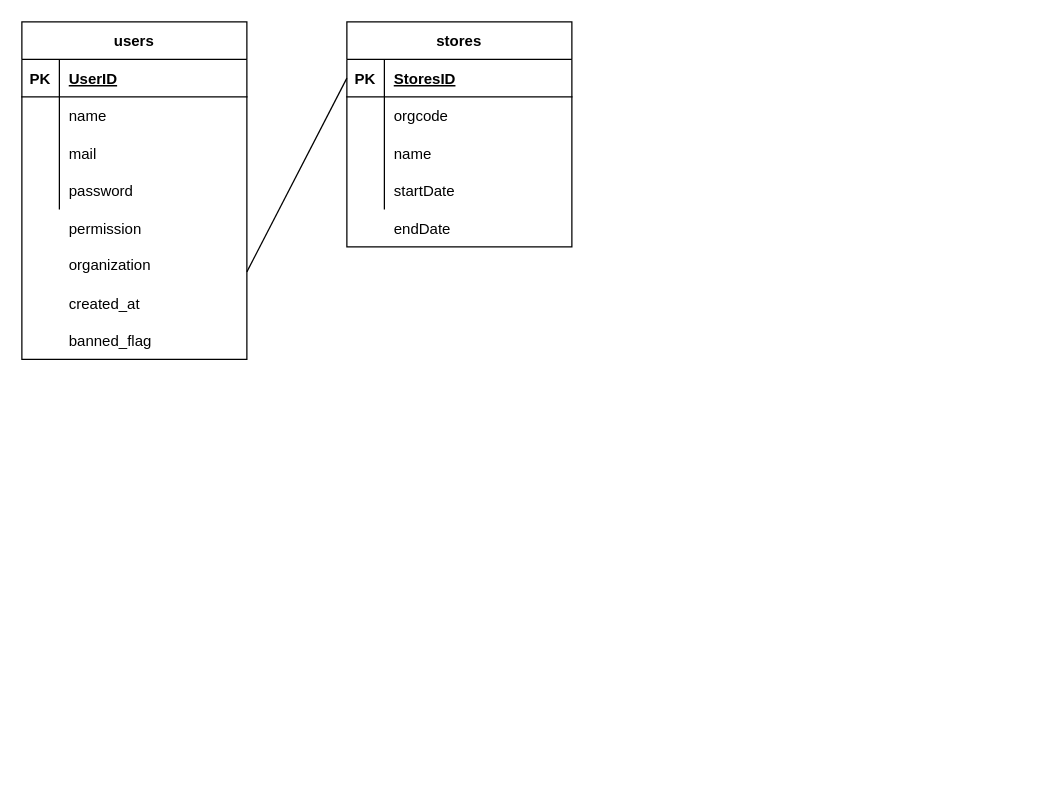
The draw.io diagram Fsys_dbplan.drawio in ToshiyukiShindo/-Graduation-work, before the edit. Source tidied: cells renumbered, new cells numbered last; positions are measured from the earlier drawing's top-left corner, leaving out a move shared by most shapes. Both pictures are drawn from the tidied source at 125%, with x=0, y=0 at pixel (21, 21).
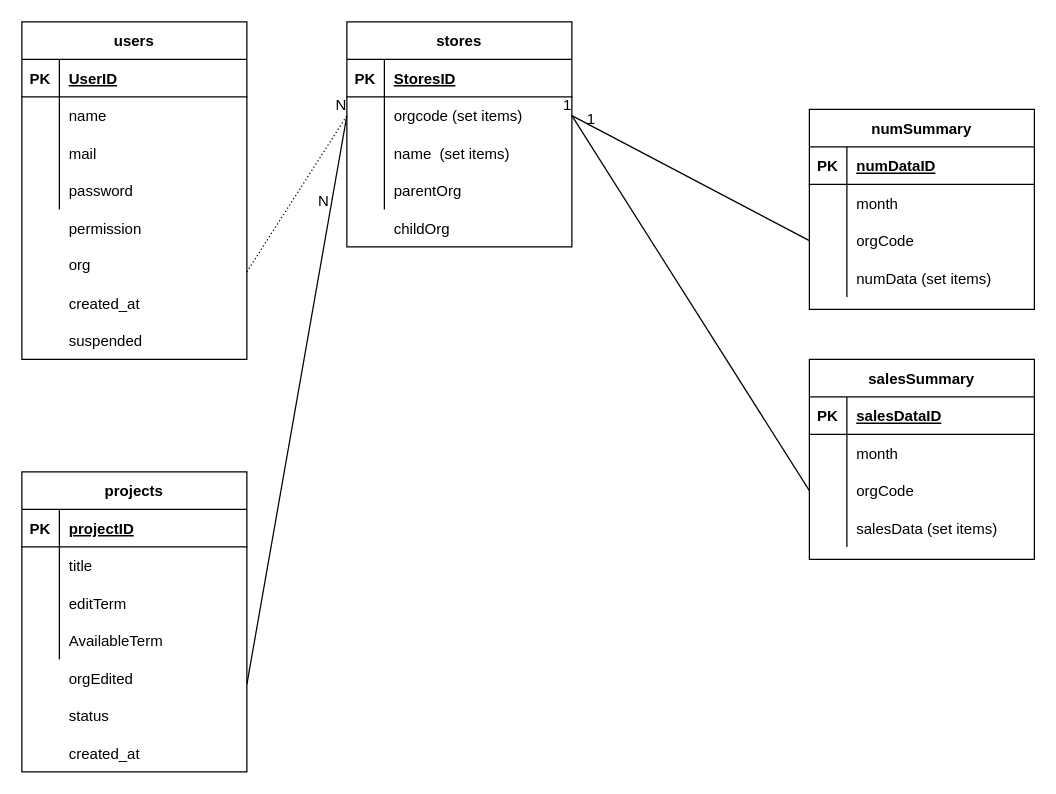
After the change.

The change refers to these unchanged cells:
```xml
<mxCell id="16" style="shape=tableRow;horizontal=0;startSize=0;swimlaneHead=0;swimlaneBody=0;fillColor=none;points=[[0,0.5],[1,0.5]];portConstraint=eastwest;top=0;left=0;right=0;bottom=1;" parent="15" vertex="1">
  <mxGeometry y="30" width="180" height="30" as="geometry" />
</mxCell>
<mxCell id="19" style="shape=tableRow;horizontal=0;startSize=0;swimlaneHead=0;swimlaneBody=0;fillColor=none;points=[[0,0.5],[1,0.5]];portConstraint=eastwest;top=0;left=0;right=0;bottom=0;" parent="15" vertex="1">
  <mxGeometry y="60" width="180" height="30" as="geometry" />
</mxCell>
<mxCell id="22" style="shape=tableRow;horizontal=0;startSize=0;swimlaneHead=0;swimlaneBody=0;fillColor=none;top=0;left=0;right=0;bottom=0;" parent="15" vertex="1">
  <mxGeometry y="90" width="180" height="30" as="geometry" />
</mxCell>
<mxCell id="25" style="shape=tableRow;horizontal=0;startSize=0;swimlaneHead=0;swimlaneBody=0;fillColor=none;top=0;left=0;right=0;bottom=0;" parent="15" vertex="1">
  <mxGeometry y="120" width="180" height="30" as="geometry" />
</mxCell>
```

What changed in the source:
```diff
@@
-    <mxCell id="21" value="orgcode" style="shape=partialRectangle;fillColor=none;top=0;left=0;bottom=0;right=0;align=left;spacingLeft=6;overflow=hidden;" parent="19" vertex="1">
+    <mxCell id="21" value="orgcode (set items)" style="shape=partialRectangle;fillColor=none;top=0;left=0;bottom=0;right=0;align=left;spacingLeft=6;overflow=hidden;" parent="19" vertex="1">
       <mxGeometry x="30" width="150" height="30" as="geometry" />
     </mxCell>
@@
-    <mxCell id="24" value="name" style="shape=partialRectangle;fillColor=none;top=0;left=0;bottom=0;right=0;align=left;spacingLeft=6;overflow=hidden;" parent="22" vertex="1">
+    <mxCell id="24" value="name  (set items)" style="shape=partialRectangle;fillColor=none;top=0;left=0;bottom=0;right=0;align=left;spacingLeft=6;overflow=hidden;" parent="22" vertex="1">
       <mxGeometry x="30" width="150" height="30" as="geometry" />
     </mxCell>
@@
-    <mxCell id="27" value="startDate" style="shape=partialRectangle;fillColor=none;top=0;left=0;bottom=0;right=0;align=left;spacingLeft=6;overflow=hidden;" parent="25" vertex="1">
+    <mxCell id="27" value="parentOrg" style="shape=partialRectangle;fillColor=none;top=0;left=0;bottom=0;right=0;align=left;spacingLeft=6;overflow=hidden;" parent="25" vertex="1">
       <mxGeometry x="30" width="150" height="30" as="geometry" />
     </mxCell>
@@
-    <mxCell id="29" value="organization" style="shape=partialRectangle;fillColor=none;top=0;left=0;bottom=0;right=0;align=left;spacingLeft=6;overflow=hidden;" parent="1" vertex="1">
+    <mxCell id="29" value="org" style="shape=partialRectangle;fillColor=none;top=0;left=0;bottom=0;right=0;align=left;spacingLeft=6;overflow=hidden;" parent="1" vertex="1">
       <mxGeometry x="30" y="179" width="150" height="30" as="geometry" />
     </mxCell>
@@
-    <mxCell id="31" value="banned_flag" style="shape=partialRectangle;fillColor=none;top=0;left=0;bottom=0;right=0;align=left;spacingLeft=6;overflow=hidden;" parent="1" vertex="1">
+    <mxCell id="31" value="suspended" style="shape=partialRectangle;fillColor=none;top=0;left=0;bottom=0;right=0;align=left;spacingLeft=6;overflow=hidden;" parent="1" vertex="1">
       <mxGeometry x="30" y="240" width="150" height="30" as="geometry" />
     </mxCell>
-    <mxCell id="32" value="endDate" style="shape=partialRectangle;fillColor=none;top=0;left=0;bottom=0;right=0;align=left;spacingLeft=6;overflow=hidden;" parent="1" vertex="1">
+    <mxCell id="32" value="childOrg" style="shape=partialRectangle;fillColor=none;top=0;left=0;bottom=0;right=0;align=left;spacingLeft=6;overflow=hidden;" parent="1" vertex="1">
       <mxGeometry x="290" y="150" width="150" height="30" as="geometry" />
     </mxCell>
-    <mxCell id="33" style="endArrow=none;html=1;rounded=0;entryX=0;entryY=0.5;entryDx=0;entryDy=0;" parent="1" edge="1" target="16">
-      <mxGeometry relative="1" as="geometry">
-        <mxPoint x="180" y="200" as="sourcePoint" />
-      </mxGeometry>
-    </mxCell>
+    <mxCell id="34" style="endArrow=none;html=1;rounded=0;dashed=1;dashPattern=1 2;entryX=0;entryY=0.5;entryDx=0;entryDy=0;" parent="1" edge="1" target="19">
+      <mxGeometry relative="1" as="geometry">
+        <mxPoint x="180" y="200" as="sourcePoint" />
+      </mxGeometry>
+    </mxCell>
+    <mxCell id="35" value="N" style="html=1;align=right;verticalAlign=bottom;" parent="34" vertex="1">
+      <mxGeometry x="1" relative="1" as="geometry" />
+    </mxCell>
+    <mxCell id="36" value="projects" style="shape=table;startSize=30;childLayout=tableLayout;rowLines=0;fontStyle=1;align=center;" parent="1" vertex="1">
+      <mxGeometry y="360" width="180" height="240" as="geometry" />
+    </mxCell>
+    <mxCell id="37" style="shape=tableRow;horizontal=0;startSize=0;swimlaneHead=0;swimlaneBody=0;fillColor=none;top=0;left=0;right=0;bottom=1;" parent="36" vertex="1">
+      <mxGeometry y="30" width="180" height="30" as="geometry" />
+    </mxCell>
+    <mxCell id="38" value="PK" style="shape=partialRectangle;fillColor=none;top=0;left=0;bottom=0;right=0;fontStyle=1;overflow=hidden;" parent="37" vertex="1">
+      <mxGeometry width="30" height="30" as="geometry" />
+    </mxCell>
+    <mxCell id="39" value="projectID" style="shape=partialRectangle;fillColor=none;top=0;left=0;bottom=0;right=0;align=left;spacingLeft=6;fontStyle=5;overflow=hidden;" parent="37" vertex="1">
+      <mxGeometry x="30" width="150" height="30" as="geometry" />
+    </mxCell>
+    <mxCell id="40" style="shape=tableRow;horizontal=0;startSize=0;swimlaneHead=0;swimlaneBody=0;fillColor=none;top=0;left=0;right=0;bottom=0;" parent="36" vertex="1">
+      <mxGeometry y="60" width="180" height="30" as="geometry" />
+    </mxCell>
+    <mxCell id="41" style="shape=partialRectangle;fillColor=none;top=0;left=0;bottom=0;right=0;overflow=hidden;" parent="40" vertex="1">
+      <mxGeometry width="30" height="30" as="geometry" />
+    </mxCell>
+    <mxCell id="42" value="title" style="shape=partialRectangle;fillColor=none;top=0;left=0;bottom=0;right=0;align=left;spacingLeft=6;overflow=hidden;" parent="40" vertex="1">
+      <mxGeometry x="30" width="150" height="30" as="geometry" />
+    </mxCell>
+    <mxCell id="43" style="shape=tableRow;horizontal=0;startSize=0;swimlaneHead=0;swimlaneBody=0;fillColor=none;top=0;left=0;right=0;bottom=0;" parent="36" vertex="1">
+      <mxGeometry y="90" width="180" height="30" as="geometry" />
+    </mxCell>
+    <mxCell id="44" style="shape=partialRectangle;fillColor=none;top=0;left=0;bottom=0;right=0;overflow=hidden;" parent="43" vertex="1">
+      <mxGeometry width="30" height="30" as="geometry" />
+    </mxCell>
+    <mxCell id="45" value="editTerm" style="shape=partialRectangle;fillColor=none;top=0;left=0;bottom=0;right=0;align=left;spacingLeft=6;overflow=hidden;" parent="43" vertex="1">
+      <mxGeometry x="30" width="150" height="30" as="geometry" />
+    </mxCell>
+    <mxCell id="46" style="shape=tableRow;horizontal=0;startSize=0;swimlaneHead=0;swimlaneBody=0;fillColor=none;top=0;left=0;right=0;bottom=0;" parent="36" vertex="1">
+      <mxGeometry y="120" width="180" height="30" as="geometry" />
+    </mxCell>
+    <mxCell id="47" style="shape=partialRectangle;fillColor=none;top=0;left=0;bottom=0;right=0;overflow=hidden;" parent="46" vertex="1">
+      <mxGeometry width="30" height="30" as="geometry" />
+    </mxCell>
+    <mxCell id="48" value="AvailableTerm" style="shape=partialRectangle;fillColor=none;top=0;left=0;bottom=0;right=0;align=left;spacingLeft=6;overflow=hidden;" parent="46" vertex="1">
+      <mxGeometry x="30" width="150" height="30" as="geometry" />
+    </mxCell>
+    <mxCell id="49" value="orgEdited" style="shape=partialRectangle;fillColor=none;top=0;left=0;bottom=0;right=0;align=left;spacingLeft=6;overflow=hidden;" parent="1" vertex="1">
+      <mxGeometry x="30" y="510" width="150" height="30" as="geometry" />
+    </mxCell>
+    <mxCell id="50" style="endArrow=none;html=1;rounded=0;entryX=0;entryY=0.5;entryDx=0;entryDy=0;" parent="1" edge="1" target="19">
+      <mxGeometry relative="1" as="geometry">
+        <mxPoint x="180" y="530" as="sourcePoint" />
+      </mxGeometry>
+    </mxCell>
+    <mxCell id="51" value="N" style="html=1;align=right;verticalAlign=bottom;" parent="50" vertex="1">
+      <mxGeometry x="1" relative="1" as="geometry">
+        <mxPoint x="-14" y="77" as="offset" />
+      </mxGeometry>
+    </mxCell>
+    <mxCell id="52" value="status" style="shape=partialRectangle;fillColor=none;top=0;left=0;bottom=0;right=0;align=left;spacingLeft=6;overflow=hidden;" parent="1" vertex="1">
+      <mxGeometry x="30" y="540" width="150" height="30" as="geometry" />
+    </mxCell>
+    <mxCell id="53" value="created_at" style="shape=partialRectangle;fillColor=none;top=0;left=0;bottom=0;right=0;align=left;spacingLeft=6;overflow=hidden;" parent="1" vertex="1">
+      <mxGeometry x="30" y="570" width="150" height="30" as="geometry" />
+    </mxCell>
+    <mxCell id="54" value="salesSummary" style="shape=table;startSize=30;childLayout=tableLayout;rowLines=0;fontStyle=1;align=center;" parent="1" vertex="1">
+      <mxGeometry x="630" y="270" width="180" height="160" as="geometry" />
+    </mxCell>
+    <mxCell id="55" style="shape=tableRow;horizontal=0;startSize=0;swimlaneHead=0;swimlaneBody=0;fillColor=none;top=0;left=0;right=0;bottom=1;" parent="54" vertex="1">
+      <mxGeometry y="30" width="180" height="30" as="geometry" />
+    </mxCell>
+    <mxCell id="56" value="PK" style="shape=partialRectangle;fillColor=none;top=0;left=0;bottom=0;right=0;fontStyle=1;overflow=hidden;" parent="55" vertex="1">
+      <mxGeometry width="30" height="30" as="geometry" />
+    </mxCell>
+    <mxCell id="57" value="salesDataID" style="shape=partialRectangle;fillColor=none;top=0;left=0;bottom=0;right=0;align=left;spacingLeft=6;fontStyle=5;overflow=hidden;" parent="55" vertex="1">
+      <mxGeometry x="30" width="150" height="30" as="geometry" />
+    </mxCell>
+    <mxCell id="58" style="shape=tableRow;horizontal=0;startSize=0;swimlaneHead=0;swimlaneBody=0;fillColor=none;top=0;left=0;right=0;bottom=0;" parent="54" vertex="1">
+      <mxGeometry y="60" width="180" height="30" as="geometry" />
+    </mxCell>
+    <mxCell id="59" style="shape=partialRectangle;fillColor=none;top=0;left=0;bottom=0;right=0;overflow=hidden;" parent="58" vertex="1">
+      <mxGeometry width="30" height="30" as="geometry" />
+    </mxCell>
+    <mxCell id="60" value="month" style="shape=partialRectangle;fillColor=none;top=0;left=0;bottom=0;right=0;align=left;spacingLeft=6;overflow=hidden;" parent="58" vertex="1">
+      <mxGeometry x="30" width="150" height="30" as="geometry" />
+    </mxCell>
+    <mxCell id="61" style="shape=tableRow;horizontal=0;startSize=0;swimlaneHead=0;swimlaneBody=0;fillColor=none;points=[[0,0.5],[1,0.5]];portConstraint=eastwest;top=0;left=0;right=0;bottom=0;" parent="54" vertex="1">
+      <mxGeometry y="90" width="180" height="30" as="geometry" />
+    </mxCell>
+    <mxCell id="62" style="shape=partialRectangle;fillColor=none;top=0;left=0;bottom=0;right=0;overflow=hidden;" parent="61" vertex="1">
+      <mxGeometry width="30" height="30" as="geometry" />
+    </mxCell>
+    <mxCell id="63" value="orgCode" style="shape=partialRectangle;fillColor=none;top=0;left=0;bottom=0;right=0;align=left;spacingLeft=6;overflow=hidden;" parent="61" vertex="1">
+      <mxGeometry x="30" width="150" height="30" as="geometry" />
+    </mxCell>
+    <mxCell id="64" style="shape=tableRow;horizontal=0;startSize=0;swimlaneHead=0;swimlaneBody=0;fillColor=none;top=0;left=0;right=0;bottom=0;" parent="54" vertex="1">
+      <mxGeometry y="120" width="180" height="30" as="geometry" />
+    </mxCell>
+    <mxCell id="65" style="shape=partialRectangle;fillColor=none;top=0;left=0;bottom=0;right=0;overflow=hidden;" parent="64" vertex="1">
+      <mxGeometry width="30" height="30" as="geometry" />
+    </mxCell>
+    <mxCell id="66" value="salesData (set items)" style="shape=partialRectangle;fillColor=none;top=0;left=0;bottom=0;right=0;align=left;spacingLeft=6;overflow=hidden;" parent="64" vertex="1">
+      <mxGeometry x="30" width="150" height="30" as="geometry" />
+    </mxCell>
+    <mxCell id="67" style="endArrow=none;html=1;rounded=0;exitX=0;exitY=0.5;exitDx=0;exitDy=0;entryX=1;entryY=0.5;entryDx=0;entryDy=0;" parent="1" edge="1" source="61" target="19">
+      <mxGeometry relative="1" as="geometry" />
+    </mxCell>
+    <mxCell id="68" value="1" style="html=1;align=right;verticalAlign=bottom;" parent="67" vertex="1">
+      <mxGeometry x="1" relative="1" as="geometry" />
+    </mxCell>
+    <mxCell id="69" value="numSummary" style="shape=table;startSize=30;childLayout=tableLayout;rowLines=0;fontStyle=1;align=center;" parent="1" vertex="1">
+      <mxGeometry x="630" y="70" width="180" height="160" as="geometry" />
+    </mxCell>
+    <mxCell id="70" style="shape=tableRow;horizontal=0;startSize=0;swimlaneHead=0;swimlaneBody=0;fillColor=none;top=0;left=0;right=0;bottom=1;" parent="69" vertex="1">
+      <mxGeometry y="30" width="180" height="30" as="geometry" />
+    </mxCell>
+    <mxCell id="71" value="PK" style="shape=partialRectangle;fillColor=none;top=0;left=0;bottom=0;right=0;fontStyle=1;overflow=hidden;" parent="70" vertex="1">
+      <mxGeometry width="30" height="30" as="geometry" />
+    </mxCell>
+    <mxCell id="72" value="numDataID" style="shape=partialRectangle;fillColor=none;top=0;left=0;bottom=0;right=0;align=left;spacingLeft=6;fontStyle=5;overflow=hidden;" parent="70" vertex="1">
+      <mxGeometry x="30" width="150" height="30" as="geometry" />
+    </mxCell>
+    <mxCell id="73" style="shape=tableRow;horizontal=0;startSize=0;swimlaneHead=0;swimlaneBody=0;fillColor=none;top=0;left=0;right=0;bottom=0;" parent="69" vertex="1">
+      <mxGeometry y="60" width="180" height="30" as="geometry" />
+    </mxCell>
+    <mxCell id="74" style="shape=partialRectangle;fillColor=none;top=0;left=0;bottom=0;right=0;overflow=hidden;" parent="73" vertex="1">
+      <mxGeometry width="30" height="30" as="geometry" />
+    </mxCell>
+    <mxCell id="75" value="month" style="shape=partialRectangle;fillColor=none;top=0;left=0;bottom=0;right=0;align=left;spacingLeft=6;overflow=hidden;" parent="73" vertex="1">
+      <mxGeometry x="30" width="150" height="30" as="geometry" />
+    </mxCell>
+    <mxCell id="76" style="shape=tableRow;horizontal=0;startSize=0;swimlaneHead=0;swimlaneBody=0;fillColor=none;points=[[0,0.5],[1,0.5]];portConstraint=eastwest;top=0;left=0;right=0;bottom=0;" parent="69" vertex="1">
+      <mxGeometry y="90" width="180" height="30" as="geometry" />
+    </mxCell>
+    <mxCell id="77" style="shape=partialRectangle;fillColor=none;top=0;left=0;bottom=0;right=0;overflow=hidden;" parent="76" vertex="1">
+      <mxGeometry width="30" height="30" as="geometry" />
+    </mxCell>
+    <mxCell id="78" value="orgCode" style="shape=partialRectangle;fillColor=none;top=0;left=0;bottom=0;right=0;align=left;spacingLeft=6;overflow=hidden;" parent="76" vertex="1">
+      <mxGeometry x="30" width="150" height="30" as="geometry" />
+    </mxCell>
+    <mxCell id="79" style="shape=tableRow;horizontal=0;startSize=0;swimlaneHead=0;swimlaneBody=0;fillColor=none;top=0;left=0;right=0;bottom=0;" parent="69" vertex="1">
+      <mxGeometry y="120" width="180" height="30" as="geometry" />
+    </mxCell>
+    <mxCell id="80" style="shape=partialRectangle;fillColor=none;top=0;left=0;bottom=0;right=0;overflow=hidden;" parent="79" vertex="1">
+      <mxGeometry width="30" height="30" as="geometry" />
+    </mxCell>
+    <mxCell id="81" value="numData (set items)" style="shape=partialRectangle;fillColor=none;top=0;left=0;bottom=0;right=0;align=left;spacingLeft=6;overflow=hidden;" parent="79" vertex="1">
+      <mxGeometry x="30" width="150" height="30" as="geometry" />
+    </mxCell>
+    <mxCell id="82" style="endArrow=none;html=1;rounded=0;exitX=0;exitY=0.5;exitDx=0;exitDy=0;entryX=1;entryY=0.5;entryDx=0;entryDy=0;" parent="1" edge="1" source="76" target="19">
+      <mxGeometry relative="1" as="geometry" />
+    </mxCell>
+    <mxCell id="83" value="1" style="html=1;align=right;verticalAlign=bottom;" parent="82" vertex="1">
+      <mxGeometry x="1" relative="1" as="geometry">
+        <mxPoint x="19" y="11" as="offset" />
+      </mxGeometry>
+    </mxCell>
```
